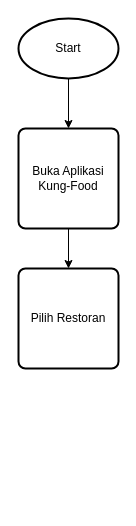
christianasc30/Christian_Antonio-Food_Order_App keeps this draw.io diagram as flowchart.drawio. Above is the earlier version. Source tidied: cells renumbered, new cells numbered last; positions are measured from the earlier drawing's top-left corner, leaving out a move shared by most shapes. Both pictures are drawn from the tidied source at 100%, with x=0, y=0 at pixel (18, 18).
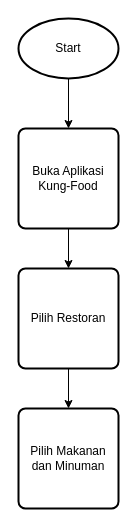
The same diagram, later.

Commit message:
Membuat Variabel Makanan dan Minuman

What changed in the source:
```diff
@@
 <mxGraphModel>
   <root>
     <mxCell id="0" />
     <mxCell id="1" parent="0" />
     <mxCell id="2" style="edgeStyle=none;html=1;exitX=0.5;exitY=1;exitDx=0;exitDy=0;exitPerimeter=0;entryX=0.5;entryY=0;entryDx=0;entryDy=0;" parent="1" edge="1" source="3" target="5">
       <mxGeometry relative="1" as="geometry" />
     </mxCell>
     <mxCell id="3" value="Start" style="strokeWidth=2;html=1;shape=mxgraph.flowchart.start_1;whiteSpace=wrap;" parent="1" vertex="1">
       <mxGeometry width="100" height="60" as="geometry" />
     </mxCell>
     <mxCell id="4" style="edgeStyle=none;html=1;exitX=0.5;exitY=1;exitDx=0;exitDy=0;entryX=0.5;entryY=0;entryDx=0;entryDy=0;" parent="1" edge="1" source="5" target="6">
       <mxGeometry relative="1" as="geometry" />
     </mxCell>
     <mxCell id="5" value="Buka Aplikasi Kung-Food" style="rounded=1;whiteSpace=wrap;html=1;absoluteArcSize=1;arcSize=14;strokeWidth=2;" parent="1" vertex="1">
       <mxGeometry y="110" width="100" height="100" as="geometry" />
     </mxCell>
+    <mxCell id="7" style="edgeStyle=none;html=1;exitX=0.5;exitY=1;exitDx=0;exitDy=0;entryX=0.5;entryY=0;entryDx=0;entryDy=0;" parent="1" edge="1" source="6" target="8">
+      <mxGeometry relative="1" as="geometry" />
+    </mxCell>
     <mxCell id="6" value="Pilih Restoran" style="rounded=1;whiteSpace=wrap;html=1;absoluteArcSize=1;arcSize=14;strokeWidth=2;" parent="1" vertex="1">
       <mxGeometry y="250" width="100" height="100" as="geometry" />
     </mxCell>
+    <mxCell id="8" value="Pilih Makanan dan Minuman" style="rounded=1;whiteSpace=wrap;html=1;absoluteArcSize=1;arcSize=14;strokeWidth=2;" parent="1" vertex="1">
+      <mxGeometry y="390" width="100" height="100" as="geometry" />
+    </mxCell>
   </root>
 </mxGraphModel>
```
